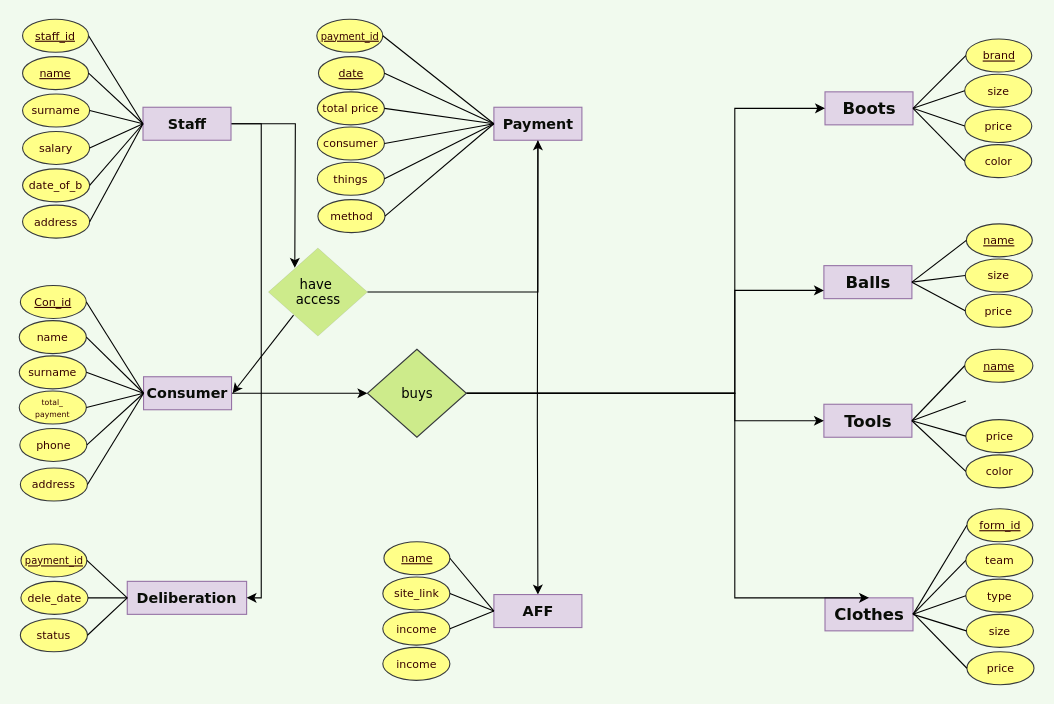
This is ERD_Midterm.drawio from zhansserik/DBMS-2_project, a draw.io file, before an edit. Source tidied: cells renumbered, new cells numbered last; positions are measured from the earlier drawing's top-left corner, leaving out a move shared by most shapes. Both pictures are drawn from the tidied source at 110%, with x=0, y=0 at pixel (19, 19).
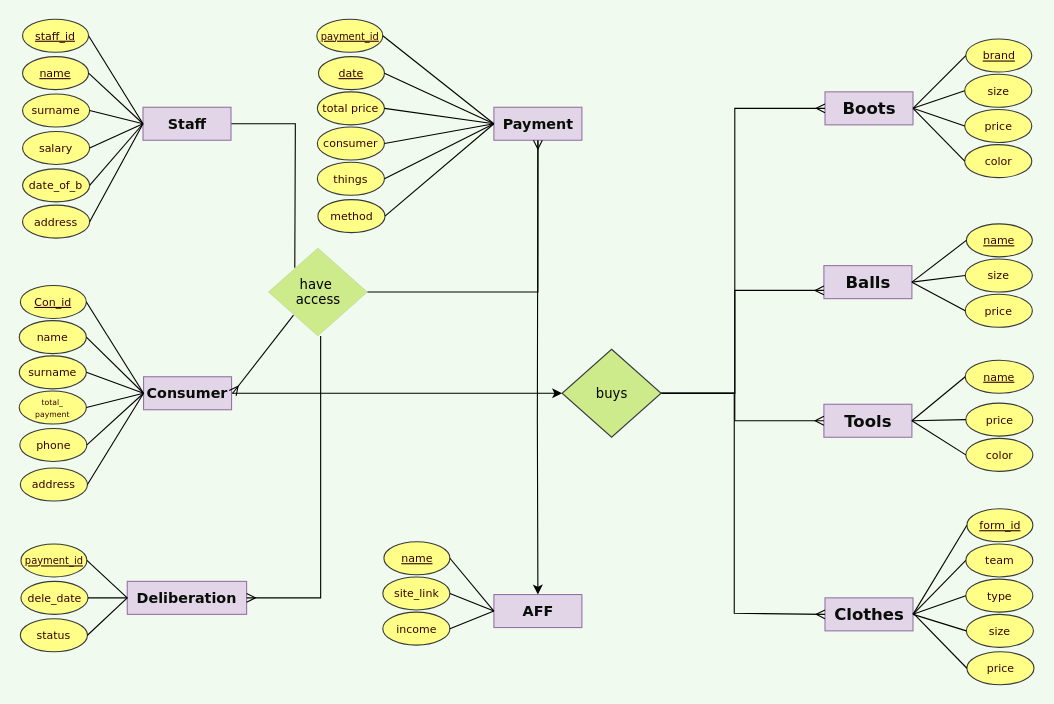
After the change.

Unchanged cells that the change refers to:
```xml
<mxCell id="2" value="&lt;font color=&quot;#090d07&quot; style=&quot;font-size: 15px;&quot;&gt;Tools&lt;/font&gt;" style="rounded=0;whiteSpace=wrap;html=1;shadow=0;labelBackgroundColor=none;labelBorderColor=none;sketch=0;fillStyle=auto;strokeColor=#9673a6;strokeWidth=1;fontFamily=Verdana;fontSize=13;fillColor=#e1d5e7;fontStyle=1;" parent="1" vertex="1">
  <mxGeometry x="731.5" y="350" width="80" height="30" as="geometry" />
</mxCell>
<mxCell id="10" value="&lt;font color=&quot;#090d07&quot; style=&quot;font-size: 15px;&quot;&gt;Clothes&lt;/font&gt;" style="rounded=0;whiteSpace=wrap;html=1;shadow=0;labelBackgroundColor=none;labelBorderColor=none;sketch=0;fillStyle=auto;strokeColor=#9673a6;strokeWidth=1;fontFamily=Verdana;fontSize=13;fillColor=#e1d5e7;fontStyle=1;" parent="1" vertex="1">
  <mxGeometry x="732.5" y="526" width="80" height="30" as="geometry" />
</mxCell>
<mxCell id="21" value="&lt;font color=&quot;#090d07&quot; style=&quot;font-size: 15px;&quot;&gt;Balls&lt;/font&gt;" style="rounded=0;whiteSpace=wrap;html=1;shadow=0;labelBackgroundColor=none;labelBorderColor=none;sketch=0;fillStyle=auto;strokeColor=#9673a6;strokeWidth=1;fontFamily=Verdana;fontSize=13;fillColor=#e1d5e7;fontStyle=1;" parent="1" vertex="1">
  <mxGeometry x="731.5" y="224" width="80" height="30" as="geometry" />
</mxCell>
<mxCell id="28" value="&lt;font color=&quot;#090d07&quot; style=&quot;font-size: 15px;&quot;&gt;Boots&lt;/font&gt;" style="rounded=0;whiteSpace=wrap;html=1;shadow=0;labelBackgroundColor=none;labelBorderColor=none;sketch=0;fillStyle=auto;strokeColor=#9673a6;strokeWidth=1;fontFamily=Verdana;fontSize=13;fillColor=#e1d5e7;fontStyle=1;" parent="1" vertex="1">
  <mxGeometry x="732.5" y="66" width="80" height="30" as="geometry" />
</mxCell>
<mxCell id="50" value="&lt;font color=&quot;#090d07&quot; style=&quot;font-size: 13px;&quot;&gt;Payment&lt;/font&gt;" style="rounded=0;whiteSpace=wrap;html=1;shadow=0;labelBackgroundColor=none;labelBorderColor=none;sketch=0;fillStyle=auto;strokeColor=#9673a6;strokeWidth=1;fontFamily=Verdana;fontSize=13;fillColor=#e1d5e7;fontStyle=1;" parent="1" vertex="1">
  <mxGeometry x="431.5" y="80" width="80" height="30" as="geometry" />
</mxCell>
<mxCell id="68" value="&lt;font color=&quot;#090d07&quot;&gt;Deliberation&lt;/font&gt;" style="rounded=0;whiteSpace=wrap;html=1;shadow=0;labelBackgroundColor=none;labelBorderColor=none;sketch=0;fillStyle=auto;strokeColor=#9673a6;strokeWidth=1;fontFamily=Verdana;fontSize=13;fillColor=#e1d5e7;fontStyle=1;" parent="1" vertex="1">
  <mxGeometry x="98.2" y="511" width="108.5" height="30" as="geometry" />
</mxCell>
<mxCell id="81" value="&lt;font color=&quot;#090d07&quot; style=&quot;font-size: 13px;&quot;&gt;Staff&lt;br&gt;&lt;/font&gt;" style="rounded=0;whiteSpace=wrap;html=1;shadow=0;labelBackgroundColor=none;labelBorderColor=none;sketch=0;fillStyle=auto;strokeColor=#9673a6;strokeWidth=1;fontFamily=Verdana;fontSize=13;fillColor=#e1d5e7;fontStyle=1;" parent="1" vertex="1">
  <mxGeometry x="112.5" y="80" width="80" height="30" as="geometry" />
</mxCell>
<mxCell id="95" value="&lt;p style=&quot;line-height: 50%;&quot;&gt;&lt;font style=&quot;font-size: 12px;&quot;&gt;have&amp;nbsp;&lt;br&gt;access&lt;br&gt;&lt;/font&gt;&lt;/p&gt;" style="strokeWidth=0;html=1;shape=mxgraph.flowchart.decision;rounded=0;shadow=0;labelBackgroundColor=none;labelBorderColor=none;sketch=0;fillStyle=auto;strokeColor=#36393d;fontFamily=Verdana;fontSize=20;fillColor=#cdeb8b;verticalAlign=middle;labelPosition=center;verticalLabelPosition=middle;align=center;spacingTop=-4;horizontal=1;whiteSpace=wrap;fontColor=default;" parent="1" vertex="1">
  <mxGeometry x="226.5" y="208" width="90" height="80" as="geometry" />
</mxCell>
```

The edit, as a diff of the source:
```diff
@@
     <mxCell id="3" value="&lt;font color=&quot;#360000&quot; style=&quot;font-size: 10px;&quot;&gt;&lt;u&gt;name&lt;/u&gt;&lt;/font&gt;" style="ellipse;whiteSpace=wrap;html=1;rounded=0;shadow=0;labelBackgroundColor=none;labelBorderColor=none;sketch=0;fillStyle=auto;strokeColor=#36393d;strokeWidth=1;fontFamily=Verdana;fontSize=10;fillColor=#ffff88;" parent="1" vertex="1">
-      <mxGeometry x="859.5" y="300" width="62" height="30" as="geometry" />
+      <mxGeometry x="860" y="310" width="62" height="30" as="geometry" />
     </mxCell>
     <mxCell id="4" value="&lt;font color=&quot;#360000&quot; style=&quot;font-size: 10px;&quot;&gt;color&lt;/font&gt;" style="ellipse;whiteSpace=wrap;html=1;rounded=0;shadow=0;labelBackgroundColor=none;labelBorderColor=none;sketch=0;fillStyle=auto;strokeColor=#36393d;strokeWidth=1;fontFamily=Verdana;fontSize=10;fillColor=#ffff88;" parent="1" vertex="1">
-      <mxGeometry x="860.5" y="396" width="61" height="30" as="geometry" />
+      <mxGeometry x="860.5" y="381" width="61" height="30" as="geometry" />
     </mxCell>
     <mxCell id="5" value="&lt;font color=&quot;#360000&quot; style=&quot;font-size: 10px;&quot;&gt;price&lt;/font&gt;" style="ellipse;whiteSpace=wrap;html=1;rounded=0;shadow=0;labelBackgroundColor=none;labelBorderColor=none;sketch=0;fillStyle=auto;strokeColor=#36393d;strokeWidth=1;fontFamily=Verdana;fontSize=10;fillColor=#ffff88;" parent="1" vertex="1">
-      <mxGeometry x="860.5" y="364" width="61" height="30" as="geometry" />
+      <mxGeometry x="860.5" y="349" width="61" height="30" as="geometry" />
     </mxCell>
@@
-    <mxCell id="8" style="endArrow=none;html=1;rounded=0;fontFamily=Verdana;fontSize=10;fontColor=#090D07;entryX=0;entryY=0.5;entryDx=0;entryDy=0;exitX=1;exitY=0.5;exitDx=0;exitDy=0;" parent="1" edge="1" source="2">
-      <mxGeometry relative="1" as="geometry">
-        <mxPoint x="860.5" y="347" as="targetPoint" />
-      </mxGeometry>
-    </mxCell>
@@
-    <mxCell id="74" style="edgeStyle=orthogonalEdgeStyle;rounded=0;jettySize=auto;html=1;exitX=1;exitY=0.5;exitDx=0;exitDy=0;exitPerimeter=0;entryX=0;entryY=0.5;entryDx=0;entryDy=0;" parent="1" edge="1" source="78" target="28">
+    <mxCell id="74" style="edgeStyle=orthogonalEdgeStyle;rounded=0;jettySize=auto;html=1;exitX=1;exitY=0.5;exitDx=0;exitDy=0;exitPerimeter=0;entryX=0;entryY=0.5;entryDx=0;entryDy=0;endArrow=ERmany;endFill=0;" parent="1" edge="1" source="78" target="28">
       <mxGeometry relative="1" as="geometry">
         <Array as="points">
           <mxPoint x="650.5" y="340" />
           <mxPoint x="650.5" y="81" />
         </Array>
       </mxGeometry>
     </mxCell>
-    <mxCell id="75" style="edgeStyle=orthogonalEdgeStyle;rounded=0;jettySize=auto;html=1;exitX=1;exitY=0.5;exitDx=0;exitDy=0;exitPerimeter=0;entryX=0;entryY=0.75;entryDx=0;entryDy=0;" parent="1" edge="1" source="78" target="21">
+    <mxCell id="75" style="edgeStyle=orthogonalEdgeStyle;rounded=0;jettySize=auto;html=1;exitX=1;exitY=0.5;exitDx=0;exitDy=0;exitPerimeter=0;entryX=0;entryY=0.75;entryDx=0;entryDy=0;endArrow=ERmany;endFill=0;" parent="1" edge="1" source="78" target="21">
       <mxGeometry relative="1" as="geometry">
         <Array as="points">
           <mxPoint x="650.5" y="340" />
           <mxPoint x="650.5" y="247" />
         </Array>
       </mxGeometry>
     </mxCell>
-    <mxCell id="76" style="edgeStyle=orthogonalEdgeStyle;rounded=0;jettySize=auto;html=1;exitX=1;exitY=0.5;exitDx=0;exitDy=0;exitPerimeter=0;entryX=0;entryY=0.5;entryDx=0;entryDy=0;" parent="1" edge="1" source="78" target="2">
+    <mxCell id="76" style="edgeStyle=orthogonalEdgeStyle;rounded=0;jettySize=auto;html=1;exitX=1;exitY=0.5;exitDx=0;exitDy=0;exitPerimeter=0;entryX=0;entryY=0.5;entryDx=0;entryDy=0;endArrow=ERmany;endFill=0;" parent="1" edge="1" source="78" target="2">
       <mxGeometry relative="1" as="geometry">
         <Array as="points">
           <mxPoint x="650.5" y="340" />
           <mxPoint x="650.5" y="365" />
         </Array>
       </mxGeometry>
     </mxCell>
-    <mxCell id="77" style="edgeStyle=orthogonalEdgeStyle;rounded=0;jettySize=auto;html=1;exitX=1;exitY=0.5;exitDx=0;exitDy=0;exitPerimeter=0;entryX=0.5;entryY=0;entryDx=0;entryDy=0;" parent="1" edge="1" source="78" target="10">
+    <mxCell id="77" style="edgeStyle=orthogonalEdgeStyle;rounded=0;jettySize=auto;html=1;exitX=1;exitY=0.5;exitDx=0;exitDy=0;exitPerimeter=0;entryX=0;entryY=0.5;entryDx=0;entryDy=0;endArrow=ERmany;endFill=0;" parent="1" edge="1" source="78" target="10">
       <mxGeometry relative="1" as="geometry">
         <Array as="points">
-          <mxPoint x="650.5" y="340" />
-          <mxPoint x="650.5" y="526" />
+          <mxPoint x="650" y="340" />
+          <mxPoint x="650" y="540" />
+          <mxPoint x="732" y="540" />
         </Array>
       </mxGeometry>
     </mxCell>
     <mxCell id="78" value="&lt;font style=&quot;font-size: 12px;&quot;&gt;buys&lt;/font&gt;" style="strokeWidth=1;html=1;shape=mxgraph.flowchart.decision;whiteSpace=wrap;rounded=0;shadow=0;labelBackgroundColor=none;labelBorderColor=none;sketch=0;fillStyle=auto;strokeColor=#36393d;fontFamily=Verdana;fontSize=20;fillColor=#cdeb8b;verticalAlign=middle;labelPosition=center;verticalLabelPosition=middle;align=center;spacingTop=-7;" parent="1" vertex="1">
-      <mxGeometry x="316.5" y="300" width="90" height="80" as="geometry" />
+      <mxGeometry x="493.5" y="300" width="90" height="80" as="geometry" />
     </mxCell>
-    <mxCell id="79" style="edgeStyle=orthogonalEdgeStyle;rounded=0;jettySize=auto;html=1;exitX=1;exitY=0.5;exitDx=0;exitDy=0;" parent="1" edge="1" source="81">
+    <mxCell id="79" style="edgeStyle=orthogonalEdgeStyle;rounded=0;jettySize=auto;html=1;exitX=1;exitY=0.5;exitDx=0;exitDy=0;endArrow=none;endFill=0;" parent="1" edge="1" source="81">
       <mxGeometry relative="1" as="geometry">
         <mxPoint x="250.5" y="226" as="targetPoint" />
       </mxGeometry>
     </mxCell>
-    <mxCell id="80" style="edgeStyle=orthogonalEdgeStyle;rounded=0;jettySize=auto;html=1;exitX=1;exitY=0.5;exitDx=0;exitDy=0;entryX=1;entryY=0.5;entryDx=0;entryDy=0;" parent="1" edge="1" source="81" target="68">
-      <mxGeometry relative="1" as="geometry">
-        <Array as="points">
-          <mxPoint x="220" y="95" />
-          <mxPoint x="220" y="526" />
-        </Array>
-      </mxGeometry>
-    </mxCell>
@@
-    <mxCell id="94" style="edgeStyle=orthogonalEdgeStyle;rounded=0;jettySize=auto;html=1;exitX=1;exitY=0.5;exitDx=0;exitDy=0;exitPerimeter=0;entryX=0.5;entryY=1;entryDx=0;entryDy=0;" parent="1" edge="1" source="95" target="50">
+    <mxCell id="94" style="edgeStyle=orthogonalEdgeStyle;rounded=0;jettySize=auto;html=1;exitX=1;exitY=0.5;exitDx=0;exitDy=0;exitPerimeter=0;entryX=0.5;entryY=1;entryDx=0;entryDy=0;endArrow=ERmany;endFill=0;" parent="1" edge="1" source="95" target="50">
       <mxGeometry relative="1" as="geometry" />
     </mxCell>
+    <mxCell id="103" style="edgeStyle=orthogonalEdgeStyle;rounded=0;jettySize=auto;html=1;entryX=1;entryY=0.5;entryDx=0;entryDy=0;endArrow=ERmany;endFill=0;" parent="1" edge="1" source="95" target="68">
+      <mxGeometry relative="1" as="geometry">
+        <Array as="points">
+          <mxPoint x="274" y="526" />
+        </Array>
+      </mxGeometry>
+    </mxCell>
@@
-    <mxCell id="101" style="endArrow=classic;html=1;rounded=0;exitX=0.254;exitY=0.763;exitDx=0;exitDy=0;exitPerimeter=0;" parent="1" edge="1" source="95">
+    <mxCell id="101" style="endArrow=ERmany;html=1;rounded=0;exitX=0.254;exitY=0.763;exitDx=0;exitDy=0;exitPerimeter=0;endFill=0;" parent="1" edge="1" source="95">
       <mxGeometry relative="1" as="geometry">
         <mxPoint x="194" y="340" as="targetPoint" />
       </mxGeometry>
     </mxCell>
-    <mxCell id="102" value="&lt;font color=&quot;#360000&quot; style=&quot;font-size: 10px;&quot;&gt;income&lt;/font&gt;" style="ellipse;whiteSpace=wrap;html=1;rounded=0;shadow=0;labelBackgroundColor=none;labelBorderColor=none;sketch=0;fillStyle=auto;strokeColor=#36393d;strokeWidth=1;fontFamily=Verdana;fontSize=10;fillColor=#ffff88;" parent="1" vertex="1">
-      <mxGeometry x="330.5" y="571" width="61" height="30" as="geometry" />
-    </mxCell>
```
